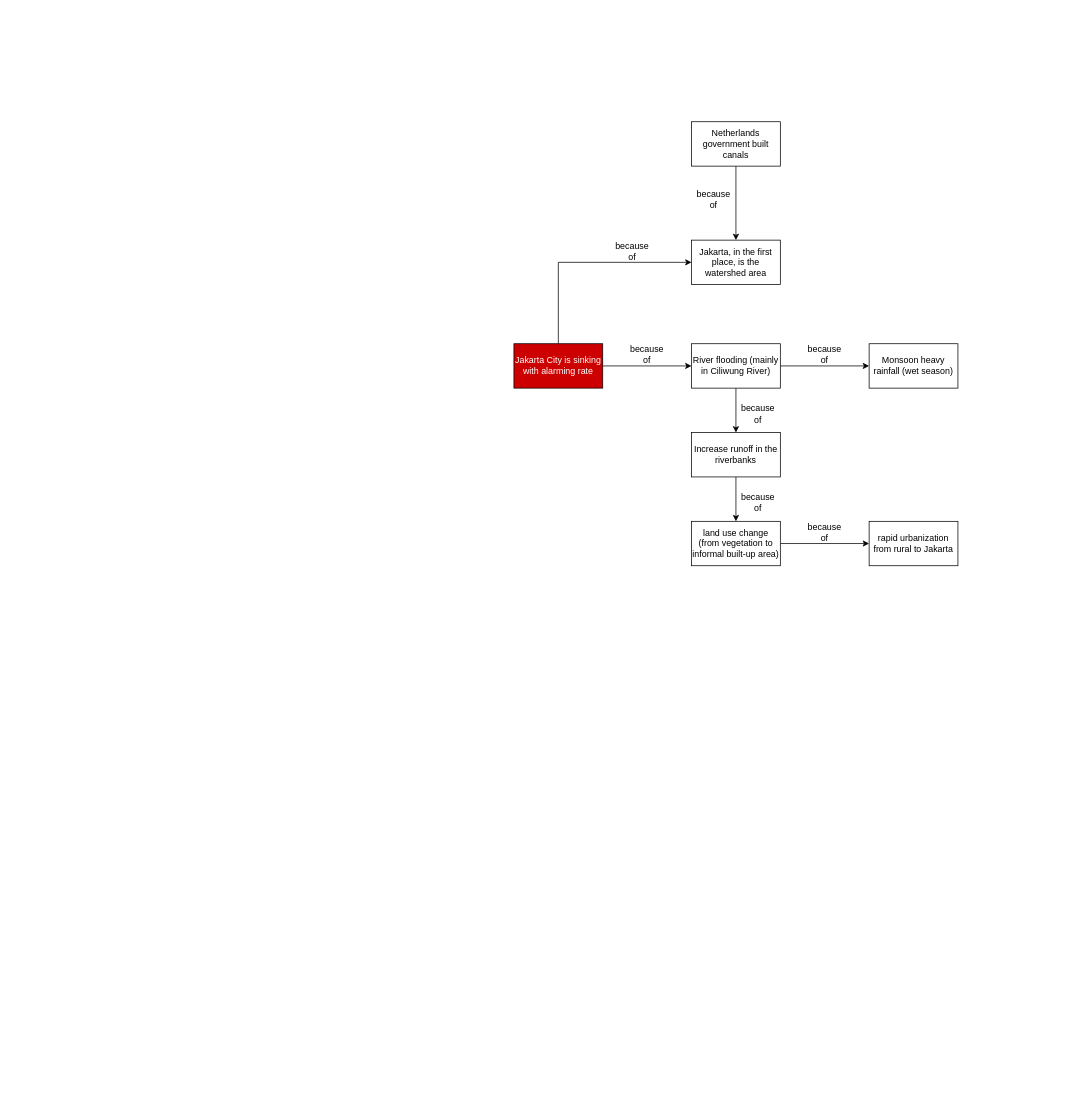
This is Sinking City.drawio from ofitrahramadhan/ofitrahramadhan, a draw.io file, before an edit. Source tidied: cells renumbered, new cells numbered last; positions are measured from the earlier drawing's top-left corner, leaving out a move shared by most shapes. Both pictures are drawn from the tidied source at 74%, with x=0, y=0 at pixel (514, 121).
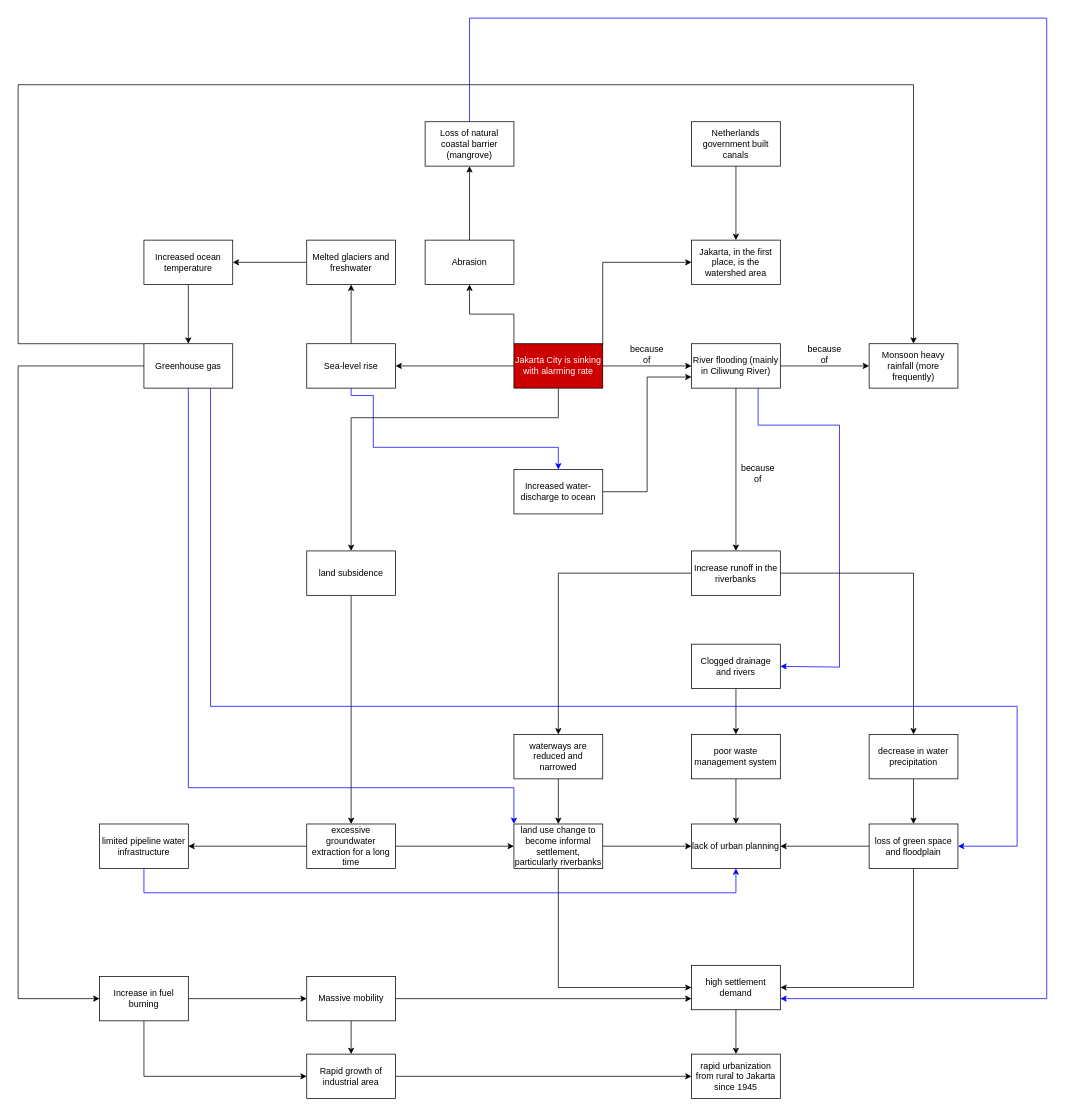
Above is the later version.

The change refers to these unchanged cells:
```xml
<mxCell id="4" value="&lt;font style=&quot;color: rgb(255, 255, 255);&quot;&gt;Jakarta City is sinking with alarming rate&lt;/font&gt;" style="rounded=0;whiteSpace=wrap;html=1;fillColor=#CC0000;" parent="1" vertex="1">
  <mxGeometry y="300" width="120" height="60" as="geometry" />
</mxCell>
<mxCell id="7" value="River flooding (mainly in Ciliwung River)" style="rounded=0;whiteSpace=wrap;html=1;" parent="1" vertex="1">
  <mxGeometry x="240" y="300" width="120" height="60" as="geometry" />
</mxCell>
<mxCell id="10" value="Jakarta, in the first place, is the watershed area" style="rounded=0;whiteSpace=wrap;html=1;" parent="1" vertex="1">
  <mxGeometry x="240" y="160" width="120" height="60" as="geometry" />
</mxCell>
```

The edit, as a diff of the source:
```diff
@@
-    <mxCell id="3" style="edgeStyle=orthogonalEdgeStyle;rounded=0;jettySize=auto;html=1;exitX=0.5;exitY=0;exitDx=0;exitDy=0;entryX=0;entryY=0.5;entryDx=0;entryDy=0;" parent="1" edge="1" source="4" target="10">
-      <mxGeometry relative="1" as="geometry" />
+    <mxCell id="3" style="edgeStyle=orthogonalEdgeStyle;rounded=0;jettySize=auto;html=1;exitX=0.883;exitY=0.022;exitDx=0;exitDy=0;entryX=0;entryY=0.5;entryDx=0;entryDy=0;exitPerimeter=0;" parent="1" edge="1" source="4" target="10">
+      <mxGeometry relative="1" as="geometry">
+        <Array as="points">
+          <mxPoint x="120" y="301" />
+          <mxPoint x="120" y="190" />
+        </Array>
+      </mxGeometry>
     </mxCell>
+    <mxCell id="24" style="edgeStyle=orthogonalEdgeStyle;rounded=0;jettySize=auto;html=1;exitX=0.5;exitY=1;exitDx=0;exitDy=0;entryX=0.5;entryY=0;entryDx=0;entryDy=0;" parent="1" edge="1" source="4" target="50">
+      <mxGeometry relative="1" as="geometry">
+        <Array as="points">
+          <mxPoint x="60" y="400" />
+          <mxPoint x="-220" y="400" />
+        </Array>
+      </mxGeometry>
+    </mxCell>
+    <mxCell id="25" style="edgeStyle=orthogonalEdgeStyle;rounded=0;jettySize=auto;html=1;exitX=0;exitY=0.5;exitDx=0;exitDy=0;entryX=1;entryY=0.5;entryDx=0;entryDy=0;" parent="1" edge="1" source="4" target="55">
+      <mxGeometry relative="1" as="geometry" />
+    </mxCell>
+    <mxCell id="26" style="edgeStyle=orthogonalEdgeStyle;rounded=0;jettySize=auto;html=1;exitX=0;exitY=0;exitDx=0;exitDy=0;entryX=0.5;entryY=1;entryDx=0;entryDy=0;" parent="1" edge="1" source="4" target="76">
+      <mxGeometry relative="1" as="geometry" />
+    </mxCell>
@@
+    <mxCell id="27" style="edgeStyle=orthogonalEdgeStyle;rounded=0;jettySize=auto;html=1;entryX=1;entryY=0.5;entryDx=0;entryDy=0;exitX=0.75;exitY=1;exitDx=0;exitDy=0;strokeColor=#0000FF;" parent="1" edge="1" source="7" target="45">
+      <mxGeometry relative="1" as="geometry">
+        <Array as="points">
+          <mxPoint x="330" y="410" />
+          <mxPoint x="440" y="410" />
+          <mxPoint x="440" y="737" />
+          <mxPoint x="360" y="737" />
+        </Array>
+      </mxGeometry>
+    </mxCell>
@@
-    <mxCell id="9" value="Monsoon heavy rainfall (wet season)" style="rounded=0;whiteSpace=wrap;html=1;" parent="1" vertex="1">
+    <mxCell id="9" value="Monsoon heavy rainfall (more frequently)" style="rounded=0;whiteSpace=wrap;html=1;" parent="1" vertex="1">
       <mxGeometry x="480" y="300" width="120" height="60" as="geometry" />
     </mxCell>
@@
-    <mxCell id="11" value="because of" style="text;html=1;align=center;verticalAlign=middle;whiteSpace=wrap;rounded=0;" parent="1" vertex="1">
-      <mxGeometry x="130" y="160" width="60" height="30" as="geometry" />
-    </mxCell>
@@
-    <mxCell id="14" value="because of" style="text;html=1;align=center;verticalAlign=middle;whiteSpace=wrap;rounded=0;" parent="1" vertex="1">
-      <mxGeometry x="240" y="90" width="60" height="30" as="geometry" />
-    </mxCell>
@@
-    <mxCell id="16" style="edgeStyle=orthogonalEdgeStyle;rounded=0;jettySize=auto;html=1;exitX=0.5;exitY=1;exitDx=0;exitDy=0;" parent="1" edge="1" source="17" target="19">
-      <mxGeometry relative="1" as="geometry" />
-    </mxCell>
+    <mxCell id="28" style="edgeStyle=orthogonalEdgeStyle;rounded=0;jettySize=auto;html=1;exitX=1;exitY=0.5;exitDx=0;exitDy=0;" parent="1" edge="1" source="17" target="37">
+      <mxGeometry relative="1" as="geometry" />
+    </mxCell>
+    <mxCell id="29" style="edgeStyle=orthogonalEdgeStyle;rounded=0;jettySize=auto;html=1;exitX=0;exitY=0.5;exitDx=0;exitDy=0;entryX=0.5;entryY=0;entryDx=0;entryDy=0;" parent="1" edge="1" source="17" target="41">
+      <mxGeometry relative="1" as="geometry" />
+    </mxCell>
     <mxCell id="17" value="Increase runoff in the riverbanks" style="rounded=0;whiteSpace=wrap;html=1;" parent="1" vertex="1">
-      <mxGeometry x="240" y="420" width="120" height="60" as="geometry" />
+      <mxGeometry x="240" y="580" width="120" height="60" as="geometry" />
     </mxCell>
-    <mxCell id="18" style="edgeStyle=orthogonalEdgeStyle;rounded=0;jettySize=auto;html=1;exitX=1;exitY=0.5;exitDx=0;exitDy=0;entryX=0;entryY=0.5;entryDx=0;entryDy=0;" parent="1" edge="1" source="19" target="20">
-      <mxGeometry relative="1" as="geometry" />
-    </mxCell>
+    <mxCell id="30" style="edgeStyle=orthogonalEdgeStyle;rounded=0;jettySize=auto;html=1;exitX=0.5;exitY=1;exitDx=0;exitDy=0;entryX=0;entryY=0.5;entryDx=0;entryDy=0;" parent="1" edge="1" source="19" target="39">
+      <mxGeometry relative="1" as="geometry" />
+    </mxCell>
+    <mxCell id="31" style="edgeStyle=orthogonalEdgeStyle;rounded=0;jettySize=auto;html=1;exitX=1;exitY=0.5;exitDx=0;exitDy=0;entryX=0;entryY=0.5;entryDx=0;entryDy=0;" parent="1" edge="1" source="19" target="32">
+      <mxGeometry relative="1" as="geometry" />
+    </mxCell>
-    <mxCell id="19" value="land use change (from vegetation to informal built-up area)" style="rounded=0;whiteSpace=wrap;html=1;" parent="1" vertex="1">
-      <mxGeometry x="240" y="540" width="120" height="60" as="geometry" />
+    <mxCell id="19" value="land use change to become informal settlement, particularly&amp;nbsp;riverbanks" style="rounded=0;whiteSpace=wrap;html=1;" parent="1" vertex="1">
+      <mxGeometry y="949" width="120" height="60" as="geometry" />
     </mxCell>
-    <mxCell id="20" value="rapid urbanization from rural to Jakarta" style="rounded=0;whiteSpace=wrap;html=1;" parent="1" vertex="1">
-      <mxGeometry x="480" y="540" width="120" height="60" as="geometry" />
+    <mxCell id="20" value="rapid urbanization from rural to Jakarta since 1945" style="rounded=0;whiteSpace=wrap;html=1;" parent="1" vertex="1">
+      <mxGeometry x="240" y="1260" width="120" height="60" as="geometry" />
     </mxCell>
     <mxCell id="21" value="because of" style="text;html=1;align=center;verticalAlign=middle;whiteSpace=wrap;rounded=0;" parent="1" vertex="1">
-      <mxGeometry x="300" y="380" width="60" height="30" as="geometry" />
+      <mxGeometry x="300" y="460" width="60" height="30" as="geometry" />
     </mxCell>
-    <mxCell id="22" value="because of" style="text;html=1;align=center;verticalAlign=middle;whiteSpace=wrap;rounded=0;" parent="1" vertex="1">
-      <mxGeometry x="300" y="500" width="60" height="30" as="geometry" />
-    </mxCell>
-    <mxCell id="23" value="because of" style="text;html=1;align=center;verticalAlign=middle;whiteSpace=wrap;rounded=0;" parent="1" vertex="1">
-      <mxGeometry x="390" y="540" width="60" height="30" as="geometry" />
-    </mxCell>
+    <mxCell id="32" value="lack of urban planning" style="rounded=0;whiteSpace=wrap;html=1;" parent="1" vertex="1">
+      <mxGeometry x="240" y="949" width="120" height="60" as="geometry" />
+    </mxCell>
+    <mxCell id="33" style="edgeStyle=orthogonalEdgeStyle;rounded=0;jettySize=auto;html=1;exitX=0;exitY=0.5;exitDx=0;exitDy=0;entryX=1;entryY=0.5;entryDx=0;entryDy=0;" parent="1" edge="1" source="35" target="32">
+      <mxGeometry relative="1" as="geometry" />
+    </mxCell>
+    <mxCell id="34" style="edgeStyle=orthogonalEdgeStyle;rounded=0;jettySize=auto;html=1;exitX=0.5;exitY=1;exitDx=0;exitDy=0;entryX=1;entryY=0.5;entryDx=0;entryDy=0;" parent="1" edge="1" source="35" target="39">
+      <mxGeometry relative="1" as="geometry" />
+    </mxCell>
+    <mxCell id="35" value="loss of green space and floodplain" style="rounded=0;whiteSpace=wrap;html=1;" parent="1" vertex="1">
+      <mxGeometry x="480" y="949" width="120" height="60" as="geometry" />
+    </mxCell>
+    <mxCell id="36" style="edgeStyle=orthogonalEdgeStyle;rounded=0;jettySize=auto;html=1;exitX=0.5;exitY=1;exitDx=0;exitDy=0;" parent="1" edge="1" source="37" target="35">
+      <mxGeometry relative="1" as="geometry" />
+    </mxCell>
+    <mxCell id="37" value="decrease in water precipitation" style="rounded=0;whiteSpace=wrap;html=1;" parent="1" vertex="1">
+      <mxGeometry x="480" y="828" width="120" height="60" as="geometry" />
+    </mxCell>
+    <mxCell id="38" style="edgeStyle=orthogonalEdgeStyle;rounded=0;jettySize=auto;html=1;exitX=0.5;exitY=1;exitDx=0;exitDy=0;entryX=0.5;entryY=0;entryDx=0;entryDy=0;" parent="1" edge="1" source="39" target="20">
+      <mxGeometry relative="1" as="geometry" />
+    </mxCell>
+    <mxCell id="39" value="high settlement demand" style="rounded=0;whiteSpace=wrap;html=1;" parent="1" vertex="1">
+      <mxGeometry x="240" y="1140" width="120" height="60" as="geometry" />
+    </mxCell>
+    <mxCell id="40" style="edgeStyle=orthogonalEdgeStyle;rounded=0;jettySize=auto;html=1;exitX=0.5;exitY=1;exitDx=0;exitDy=0;entryX=0.5;entryY=0;entryDx=0;entryDy=0;" parent="1" edge="1" source="41" target="19">
+      <mxGeometry relative="1" as="geometry" />
+    </mxCell>
+    <mxCell id="41" value="waterways are reduced and narrowed" style="rounded=0;whiteSpace=wrap;html=1;" parent="1" vertex="1">
+      <mxGeometry y="828" width="120" height="60" as="geometry" />
+    </mxCell>
+    <mxCell id="42" style="edgeStyle=orthogonalEdgeStyle;rounded=0;jettySize=auto;html=1;exitX=0.5;exitY=1;exitDx=0;exitDy=0;" parent="1" edge="1" source="43" target="32">
+      <mxGeometry relative="1" as="geometry" />
+    </mxCell>
+    <mxCell id="43" value="poor waste management system" style="rounded=0;whiteSpace=wrap;html=1;" parent="1" vertex="1">
+      <mxGeometry x="240" y="828" width="120" height="60" as="geometry" />
+    </mxCell>
+    <mxCell id="44" style="edgeStyle=orthogonalEdgeStyle;rounded=0;jettySize=auto;html=1;exitX=0.5;exitY=1;exitDx=0;exitDy=0;entryX=0.5;entryY=0;entryDx=0;entryDy=0;" parent="1" edge="1" source="45" target="43">
+      <mxGeometry relative="1" as="geometry" />
+    </mxCell>
+    <mxCell id="45" value="Clogged drainage and rivers" style="rounded=0;whiteSpace=wrap;html=1;" parent="1" vertex="1">
+      <mxGeometry x="240" y="706" width="120" height="60" as="geometry" />
+    </mxCell>
+    <mxCell id="46" style="edgeStyle=orthogonalEdgeStyle;rounded=0;jettySize=auto;html=1;exitX=1;exitY=0.5;exitDx=0;exitDy=0;entryX=0;entryY=0.5;entryDx=0;entryDy=0;" parent="1" edge="1" source="48" target="19">
+      <mxGeometry relative="1" as="geometry" />
+    </mxCell>
+    <mxCell id="47" style="edgeStyle=orthogonalEdgeStyle;rounded=0;jettySize=auto;html=1;exitX=0;exitY=0.5;exitDx=0;exitDy=0;entryX=1;entryY=0.5;entryDx=0;entryDy=0;" parent="1" edge="1" source="48" target="52">
+      <mxGeometry relative="1" as="geometry" />
+    </mxCell>
+    <mxCell id="48" value="excessive groundwater extraction for a long time" style="rounded=0;whiteSpace=wrap;html=1;" parent="1" vertex="1">
+      <mxGeometry x="-280" y="949" width="120" height="60" as="geometry" />
+    </mxCell>
+    <mxCell id="49" style="edgeStyle=orthogonalEdgeStyle;rounded=0;jettySize=auto;html=1;exitX=0.5;exitY=1;exitDx=0;exitDy=0;entryX=0.5;entryY=0;entryDx=0;entryDy=0;" parent="1" edge="1" source="50" target="48">
+      <mxGeometry relative="1" as="geometry" />
+    </mxCell>
+    <mxCell id="50" value="land subsidence" style="rounded=0;whiteSpace=wrap;html=1;" parent="1" vertex="1">
+      <mxGeometry x="-280" y="580" width="120" height="60" as="geometry" />
+    </mxCell>
+    <mxCell id="51" style="edgeStyle=orthogonalEdgeStyle;rounded=0;jettySize=auto;html=1;exitX=0.5;exitY=1;exitDx=0;exitDy=0;entryX=0.5;entryY=1;entryDx=0;entryDy=0;strokeColor=#0000FF;" parent="1" edge="1" source="52" target="32">
+      <mxGeometry relative="1" as="geometry">
+        <Array as="points">
+          <mxPoint x="-500" y="1042" />
+          <mxPoint x="300" y="1042" />
+        </Array>
+      </mxGeometry>
+    </mxCell>
+    <mxCell id="52" value="limited pipeline water infrastructure" style="rounded=0;whiteSpace=wrap;html=1;" parent="1" vertex="1">
+      <mxGeometry x="-560" y="949" width="120" height="60" as="geometry" />
+    </mxCell>
+    <mxCell id="53" style="edgeStyle=orthogonalEdgeStyle;rounded=0;jettySize=auto;html=1;exitX=0.5;exitY=0;exitDx=0;exitDy=0;entryX=0.5;entryY=1;entryDx=0;entryDy=0;" parent="1" edge="1" source="55" target="57">
+      <mxGeometry relative="1" as="geometry" />
+    </mxCell>
+    <mxCell id="54" style="edgeStyle=orthogonalEdgeStyle;rounded=0;jettySize=auto;html=1;exitX=0.5;exitY=1;exitDx=0;exitDy=0;entryX=0.5;entryY=0;entryDx=0;entryDy=0;strokeColor=#0000FF;" parent="1" edge="1" source="55" target="66">
+      <mxGeometry relative="1" as="geometry">
+        <Array as="points">
+          <mxPoint x="-220" y="370" />
+          <mxPoint x="-190" y="370" />
+          <mxPoint x="-190" y="440" />
+          <mxPoint x="60" y="440" />
+        </Array>
+      </mxGeometry>
+    </mxCell>
+    <mxCell id="55" value="Sea-level rise" style="rounded=0;whiteSpace=wrap;html=1;" parent="1" vertex="1">
+      <mxGeometry x="-280" y="300" width="120" height="60" as="geometry" />
+    </mxCell>
+    <mxCell id="56" style="edgeStyle=orthogonalEdgeStyle;rounded=0;jettySize=auto;html=1;exitX=0;exitY=0.5;exitDx=0;exitDy=0;entryX=1;entryY=0.5;entryDx=0;entryDy=0;" parent="1" edge="1" source="57" target="59">
+      <mxGeometry relative="1" as="geometry" />
+    </mxCell>
+    <mxCell id="57" value="Melted glaciers and freshwater" style="rounded=0;whiteSpace=wrap;html=1;" parent="1" vertex="1">
+      <mxGeometry x="-280" y="160" width="120" height="60" as="geometry" />
+    </mxCell>
+    <mxCell id="58" style="edgeStyle=orthogonalEdgeStyle;rounded=0;jettySize=auto;html=1;exitX=0.5;exitY=1;exitDx=0;exitDy=0;entryX=0.5;entryY=0;entryDx=0;entryDy=0;" parent="1" edge="1" source="59" target="64">
+      <mxGeometry relative="1" as="geometry" />
+    </mxCell>
+    <mxCell id="59" value="Increased ocean temperature" style="rounded=0;whiteSpace=wrap;html=1;" parent="1" vertex="1">
+      <mxGeometry x="-500" y="160" width="120" height="60" as="geometry" />
+    </mxCell>
+    <mxCell id="60" style="edgeStyle=orthogonalEdgeStyle;rounded=0;jettySize=auto;html=1;exitX=0.75;exitY=1;exitDx=0;exitDy=0;entryX=1;entryY=0.5;entryDx=0;entryDy=0;strokeColor=#0000FF;" parent="1" edge="1" source="64" target="35">
+      <mxGeometry relative="1" as="geometry">
+        <Array as="points">
+          <mxPoint x="-410" y="790" />
+          <mxPoint x="680" y="790" />
+          <mxPoint x="680" y="979" />
+        </Array>
+      </mxGeometry>
+    </mxCell>
+    <mxCell id="61" style="edgeStyle=orthogonalEdgeStyle;rounded=0;jettySize=auto;html=1;exitX=0.5;exitY=1;exitDx=0;exitDy=0;entryX=0;entryY=0;entryDx=0;entryDy=0;strokeColor=#0000FF;" parent="1" edge="1" source="64" target="19">
+      <mxGeometry relative="1" as="geometry">
+        <Array as="points">
+          <mxPoint x="-440" y="900" />
+          <mxPoint y="900" />
+        </Array>
+      </mxGeometry>
+    </mxCell>
+    <mxCell id="62" style="edgeStyle=orthogonalEdgeStyle;rounded=0;jettySize=auto;html=1;exitX=0;exitY=0.5;exitDx=0;exitDy=0;entryX=0;entryY=0.5;entryDx=0;entryDy=0;" parent="1" edge="1" source="64" target="74">
+      <mxGeometry relative="1" as="geometry">
+        <Array as="points">
+          <mxPoint x="-670" y="330" />
+          <mxPoint x="-670" y="1185" />
+        </Array>
+      </mxGeometry>
+    </mxCell>
+    <mxCell id="63" style="edgeStyle=orthogonalEdgeStyle;rounded=0;jettySize=auto;html=1;exitX=0;exitY=0;exitDx=0;exitDy=0;entryX=0.5;entryY=0;entryDx=0;entryDy=0;" parent="1" edge="1" source="64" target="9">
+      <mxGeometry relative="1" as="geometry">
+        <Array as="points">
+          <mxPoint x="-670" y="300" />
+          <mxPoint x="-670" y="-50" />
+          <mxPoint x="540" y="-50" />
+        </Array>
+      </mxGeometry>
+    </mxCell>
+    <mxCell id="64" value="Greenhouse gas" style="rounded=0;whiteSpace=wrap;html=1;" parent="1" vertex="1">
+      <mxGeometry x="-500" y="300" width="120" height="60" as="geometry" />
+    </mxCell>
+    <mxCell id="65" style="edgeStyle=orthogonalEdgeStyle;rounded=0;jettySize=auto;html=1;exitX=1;exitY=0.5;exitDx=0;exitDy=0;entryX=0;entryY=0.75;entryDx=0;entryDy=0;" parent="1" edge="1" source="66" target="7">
+      <mxGeometry relative="1" as="geometry" />
+    </mxCell>
+    <mxCell id="66" value="Increased water-discharge to ocean" style="rounded=0;whiteSpace=wrap;html=1;" parent="1" vertex="1">
+      <mxGeometry y="470" width="120" height="60" as="geometry" />
+    </mxCell>
+    <mxCell id="67" style="edgeStyle=orthogonalEdgeStyle;rounded=0;jettySize=auto;html=1;exitX=1;exitY=0.5;exitDx=0;exitDy=0;entryX=0;entryY=0.5;entryDx=0;entryDy=0;" parent="1" edge="1" source="68" target="20">
+      <mxGeometry relative="1" as="geometry" />
+    </mxCell>
+    <mxCell id="68" value="Rapid growth of industrial area" style="rounded=0;whiteSpace=wrap;html=1;" parent="1" vertex="1">
+      <mxGeometry x="-280" y="1260" width="120" height="60" as="geometry" />
+    </mxCell>
+    <mxCell id="69" style="edgeStyle=orthogonalEdgeStyle;rounded=0;jettySize=auto;html=1;exitX=0.5;exitY=1;exitDx=0;exitDy=0;entryX=0.5;entryY=0;entryDx=0;entryDy=0;" parent="1" edge="1" source="71" target="68">
+      <mxGeometry relative="1" as="geometry" />
+    </mxCell>
+    <mxCell id="70" style="edgeStyle=orthogonalEdgeStyle;rounded=0;jettySize=auto;html=1;exitX=1;exitY=0.5;exitDx=0;exitDy=0;entryX=0;entryY=0.75;entryDx=0;entryDy=0;" parent="1" edge="1" source="71" target="39">
+      <mxGeometry relative="1" as="geometry" />
+    </mxCell>
+    <mxCell id="71" value="Massive mobility" style="rounded=0;whiteSpace=wrap;html=1;" parent="1" vertex="1">
+      <mxGeometry x="-280" y="1155" width="120" height="60" as="geometry" />
+    </mxCell>
+    <mxCell id="72" style="edgeStyle=orthogonalEdgeStyle;rounded=0;jettySize=auto;html=1;exitX=1;exitY=0.5;exitDx=0;exitDy=0;entryX=0;entryY=0.5;entryDx=0;entryDy=0;" parent="1" edge="1" source="74" target="71">
+      <mxGeometry relative="1" as="geometry" />
+    </mxCell>
+    <mxCell id="73" style="edgeStyle=orthogonalEdgeStyle;rounded=0;jettySize=auto;html=1;exitX=0.5;exitY=1;exitDx=0;exitDy=0;entryX=0;entryY=0.5;entryDx=0;entryDy=0;" parent="1" edge="1" source="74" target="68">
+      <mxGeometry relative="1" as="geometry" />
+    </mxCell>
+    <mxCell id="74" value="Increase in fuel burning" style="rounded=0;whiteSpace=wrap;html=1;" parent="1" vertex="1">
+      <mxGeometry x="-560" y="1155" width="120" height="60" as="geometry" />
+    </mxCell>
+    <mxCell id="75" style="edgeStyle=orthogonalEdgeStyle;rounded=0;jettySize=auto;html=1;exitX=0.5;exitY=0;exitDx=0;exitDy=0;entryX=0.5;entryY=1;entryDx=0;entryDy=0;" parent="1" edge="1" source="76" target="78">
+      <mxGeometry relative="1" as="geometry" />
+    </mxCell>
+    <mxCell id="76" value="Abrasion" style="rounded=0;whiteSpace=wrap;html=1;" parent="1" vertex="1">
+      <mxGeometry x="-120" y="160" width="120" height="60" as="geometry" />
+    </mxCell>
+    <mxCell id="77" style="edgeStyle=orthogonalEdgeStyle;rounded=0;jettySize=auto;html=1;exitX=0.5;exitY=0;exitDx=0;exitDy=0;entryX=1;entryY=0.75;entryDx=0;entryDy=0;strokeColor=#0000FF;" parent="1" edge="1" source="78" target="39">
+      <mxGeometry relative="1" as="geometry">
+        <Array as="points">
+          <mxPoint x="-60" y="-140" />
+          <mxPoint x="720" y="-140" />
+          <mxPoint x="720" y="1185" />
+        </Array>
+      </mxGeometry>
+    </mxCell>
+    <mxCell id="78" value="Loss of natural coastal barrier (mangrove)" style="rounded=0;whiteSpace=wrap;html=1;" parent="1" vertex="1">
+      <mxGeometry x="-120" width="120" height="60" as="geometry" />
+    </mxCell>
```
